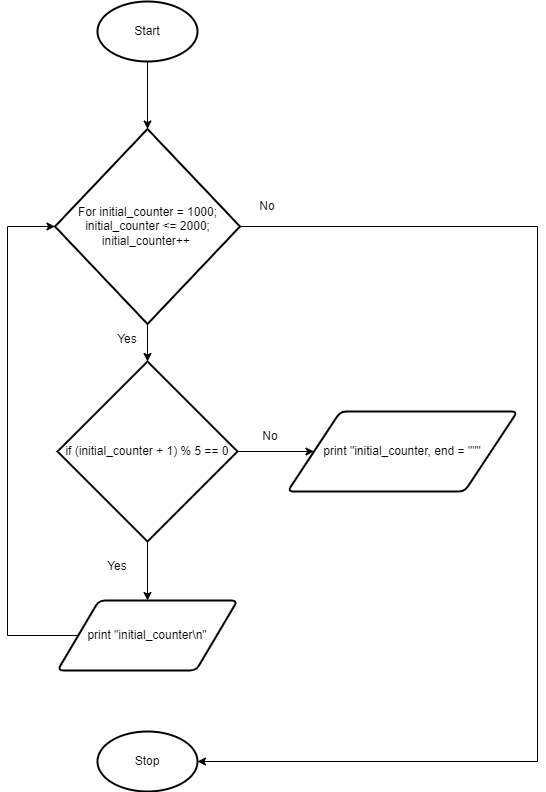
Before: design.five_number.flowchart.png, a diagram exported from draw.io (Yiyun-Qin/ICS3U-Unit4-07-Python). Source tidied: cells renumbered, new cells last; positions are measured from the earlier drawing's top-left corner, leaving out a move shared by most shapes.
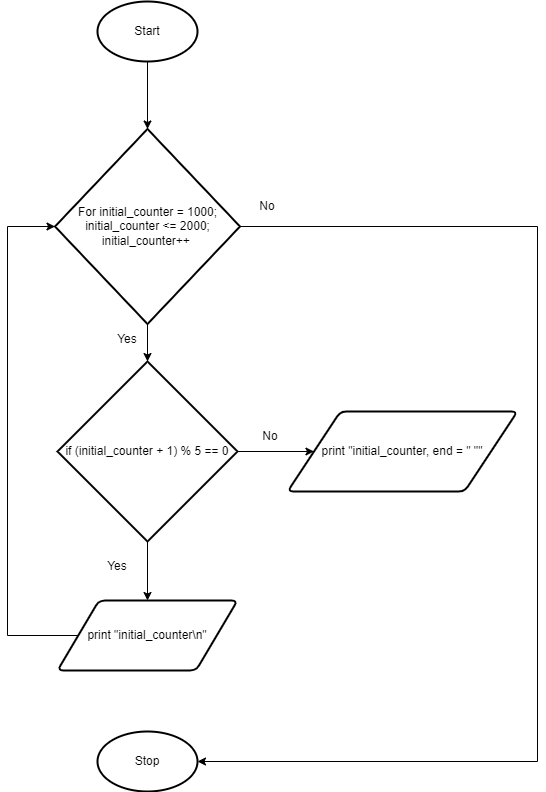
The same diagram one commit later.

What changed in the source:
```diff
@@ -51,7 +51,7 @@
     <mxCell id="14" value="print &quot;initial_counter\n&quot;" style="shape=parallelogram;html=1;strokeWidth=2;perimeter=parallelogramPerimeter;whiteSpace=wrap;rounded=1;arcSize=12;size=0.23;" parent="1" vertex="1">
       <mxGeometry x="50" y="599" width="180" height="70" as="geometry" />
     </mxCell>
-    <mxCell id="15" value="print &quot;initial_counter, end = &quot;&quot;&quot;" style="shape=parallelogram;html=1;strokeWidth=2;perimeter=parallelogramPerimeter;whiteSpace=wrap;rounded=1;arcSize=12;size=0.23;" parent="1" vertex="1">
+    <mxCell id="15" value="print &quot;initial_counter, end = &quot; &quot;&quot;" style="shape=parallelogram;html=1;strokeWidth=2;perimeter=parallelogramPerimeter;whiteSpace=wrap;rounded=1;arcSize=12;size=0.23;" parent="1" vertex="1">
       <mxGeometry x="280" y="410" width="230" height="80" as="geometry" />
     </mxCell>
     <mxCell id="16" value="Yes" style="text;html=1;strokeColor=none;fillColor=none;align=center;verticalAlign=middle;whiteSpace=wrap;rounded=0;" parent="1" vertex="1">
```
